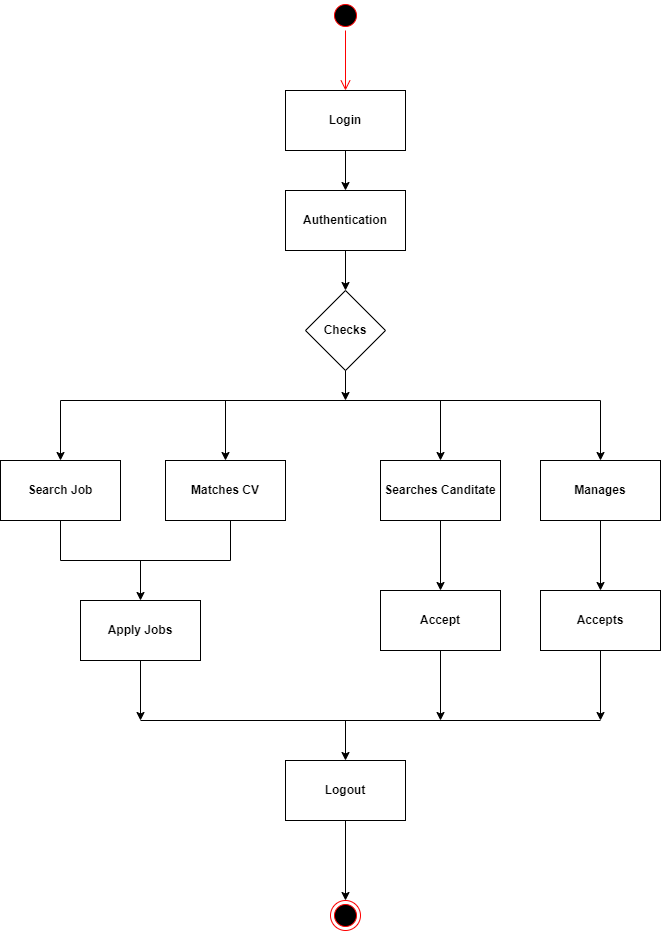
This is java-basics/02-12-2021/UML diagrams/Activity Diagram.drawio.png from MuniswamiKokila/UST-prograd-training, a draw.io export, as it was before one commit. Source tidied: cells renumbered, new cells last; positions are measured from the earlier drawing's top-left corner, leaving out a move shared by most shapes. Its diagram source:
```xml
<mxGraphModel>
  <root>
    <mxCell id="0" />
    <mxCell id="1" parent="0" />
    <mxCell id="2" style="ellipse;html=1;shape=startState;fillColor=#000000;strokeColor=#ff0000;" parent="1" vertex="1">
      <mxGeometry x="330" width="30" height="30" as="geometry" />
    </mxCell>
    <mxCell id="3" style="edgeStyle=orthogonalEdgeStyle;html=1;verticalAlign=bottom;endArrow=open;endSize=8;strokeColor=#ff0000;rounded=0;" parent="1" edge="1" source="2">
      <mxGeometry relative="1" as="geometry">
        <mxPoint x="345" y="90" as="targetPoint" />
      </mxGeometry>
    </mxCell>
    <mxCell id="4" value="&lt;b&gt;Login&lt;/b&gt;" style="rounded=0;whiteSpace=wrap;html=1;" parent="1" vertex="1">
      <mxGeometry x="285" y="90" width="120" height="60" as="geometry" />
    </mxCell>
    <mxCell id="5" value="&lt;b&gt;Authentication&lt;/b&gt;" style="rounded=0;whiteSpace=wrap;html=1;" parent="1" vertex="1">
      <mxGeometry x="285" y="190" width="120" height="60" as="geometry" />
    </mxCell>
    <mxCell id="6" value="&lt;b&gt;Checks&lt;/b&gt;" style="rhombus;whiteSpace=wrap;html=1;" parent="1" vertex="1">
      <mxGeometry x="305" y="290" width="80" height="80" as="geometry" />
    </mxCell>
    <mxCell id="7" value="&lt;b&gt;Search Job&lt;/b&gt;" style="rounded=0;whiteSpace=wrap;html=1;" parent="1" vertex="1">
      <mxGeometry y="460" width="120" height="60" as="geometry" />
    </mxCell>
    <mxCell id="8" value="&lt;b&gt;Matches CV&lt;/b&gt;" style="rounded=0;whiteSpace=wrap;html=1;" parent="1" vertex="1">
      <mxGeometry x="165" y="460" width="120" height="60" as="geometry" />
    </mxCell>
    <mxCell id="9" value="&lt;b&gt;Searches Canditate&lt;/b&gt;" style="rounded=0;whiteSpace=wrap;html=1;" parent="1" vertex="1">
      <mxGeometry x="380" y="460" width="120" height="60" as="geometry" />
    </mxCell>
    <mxCell id="10" value="&lt;b&gt;Manages&lt;/b&gt;" style="rounded=0;whiteSpace=wrap;html=1;" parent="1" vertex="1">
      <mxGeometry x="540" y="460" width="120" height="60" as="geometry" />
    </mxCell>
    <mxCell id="11" style="edgeStyle=orthogonalEdgeStyle;rounded=0;jettySize=auto;html=1;" parent="1" edge="1" source="12">
      <mxGeometry relative="1" as="geometry">
        <mxPoint x="140" y="720" as="targetPoint" />
      </mxGeometry>
    </mxCell>
    <mxCell id="12" value="&lt;b&gt;Apply Jobs&lt;/b&gt;" style="rounded=0;whiteSpace=wrap;html=1;" parent="1" vertex="1">
      <mxGeometry x="80" y="600" width="120" height="60" as="geometry" />
    </mxCell>
    <mxCell id="13" style="edgeStyle=orthogonalEdgeStyle;rounded=0;jettySize=auto;html=1;" parent="1" edge="1" source="14">
      <mxGeometry relative="1" as="geometry">
        <mxPoint x="440" y="720" as="targetPoint" />
      </mxGeometry>
    </mxCell>
    <mxCell id="14" value="&lt;b&gt;Accept&lt;/b&gt;" style="rounded=0;whiteSpace=wrap;html=1;" parent="1" vertex="1">
      <mxGeometry x="380" y="590" width="120" height="60" as="geometry" />
    </mxCell>
    <mxCell id="15" style="edgeStyle=orthogonalEdgeStyle;rounded=0;jettySize=auto;html=1;" parent="1" edge="1" source="16">
      <mxGeometry relative="1" as="geometry">
        <mxPoint x="600" y="720" as="targetPoint" />
      </mxGeometry>
    </mxCell>
    <mxCell id="16" value="&lt;b&gt;Accepts&lt;/b&gt;" style="rounded=0;whiteSpace=wrap;html=1;" parent="1" vertex="1">
      <mxGeometry x="540" y="590" width="120" height="60" as="geometry" />
    </mxCell>
    <mxCell id="17" style="edgeStyle=orthogonalEdgeStyle;rounded=0;jettySize=auto;html=1;" parent="1" edge="1" source="18" target="35">
      <mxGeometry relative="1" as="geometry" />
    </mxCell>
    <mxCell id="18" value="&lt;b&gt;Logout&lt;/b&gt;" style="rounded=0;whiteSpace=wrap;html=1;" parent="1" vertex="1">
      <mxGeometry x="285" y="760" width="120" height="60" as="geometry" />
    </mxCell>
    <mxCell id="19" style="endArrow=classic;html=1;rounded=0;exitX=0.5;exitY=1;exitDx=0;exitDy=0;entryX=0.5;entryY=0;entryDx=0;entryDy=0;" parent="1" edge="1" source="4" target="5">
      <mxGeometry relative="1" as="geometry" />
    </mxCell>
    <mxCell id="20" style="endArrow=classic;html=1;rounded=0;entryX=0.5;entryY=0;entryDx=0;entryDy=0;exitX=0.5;exitY=1;exitDx=0;exitDy=0;" parent="1" edge="1" source="5" target="6">
      <mxGeometry relative="1" as="geometry" />
    </mxCell>
    <mxCell id="21" style="endArrow=classic;html=1;rounded=0;entryX=0.5;entryY=0;entryDx=0;entryDy=0;" parent="1" edge="1" target="7">
      <mxGeometry relative="1" as="geometry">
        <mxPoint x="60" y="400" as="sourcePoint" />
      </mxGeometry>
    </mxCell>
    <mxCell id="22" style="endArrow=classic;html=1;rounded=0;entryX=0.5;entryY=0;entryDx=0;entryDy=0;" parent="1" edge="1" target="8">
      <mxGeometry relative="1" as="geometry">
        <mxPoint x="225" y="400" as="sourcePoint" />
      </mxGeometry>
    </mxCell>
    <mxCell id="23" style="endArrow=classic;html=1;rounded=0;entryX=0.5;entryY=0;entryDx=0;entryDy=0;" parent="1" edge="1" target="9">
      <mxGeometry relative="1" as="geometry">
        <mxPoint x="440" y="400" as="sourcePoint" />
      </mxGeometry>
    </mxCell>
    <mxCell id="24" style="endArrow=classic;html=1;rounded=0;entryX=0.5;entryY=0;entryDx=0;entryDy=0;" parent="1" edge="1" target="10">
      <mxGeometry relative="1" as="geometry">
        <mxPoint x="600" y="400" as="sourcePoint" />
      </mxGeometry>
    </mxCell>
    <mxCell id="25" style="endArrow=none;html=1;rounded=0;" parent="1" edge="1">
      <mxGeometry relative="1" as="geometry">
        <mxPoint x="60" y="400" as="sourcePoint" />
        <mxPoint x="600" y="400" as="targetPoint" />
      </mxGeometry>
    </mxCell>
    <mxCell id="26" style="endArrow=classic;html=1;rounded=0;exitX=0.5;exitY=1;exitDx=0;exitDy=0;" parent="1" edge="1" source="6">
      <mxGeometry relative="1" as="geometry">
        <mxPoint x="345" y="400" as="targetPoint" />
      </mxGeometry>
    </mxCell>
    <mxCell id="27" style="endArrow=none;html=1;rounded=0;" parent="1" edge="1">
      <mxGeometry relative="1" as="geometry">
        <mxPoint x="60" y="560" as="sourcePoint" />
        <mxPoint x="230" y="560" as="targetPoint" />
      </mxGeometry>
    </mxCell>
    <mxCell id="28" style="endArrow=none;html=1;rounded=0;entryX=0.5;entryY=1;entryDx=0;entryDy=0;" parent="1" edge="1" target="7">
      <mxGeometry relative="1" as="geometry">
        <mxPoint x="60" y="560" as="sourcePoint" />
      </mxGeometry>
    </mxCell>
    <mxCell id="29" style="endArrow=none;html=1;rounded=0;" parent="1" edge="1">
      <mxGeometry relative="1" as="geometry">
        <mxPoint x="230" y="560" as="sourcePoint" />
        <mxPoint x="230" y="520" as="targetPoint" />
      </mxGeometry>
    </mxCell>
    <mxCell id="30" style="endArrow=classic;html=1;rounded=0;entryX=0.5;entryY=0;entryDx=0;entryDy=0;" parent="1" edge="1" target="12">
      <mxGeometry relative="1" as="geometry">
        <mxPoint x="140" y="560" as="sourcePoint" />
      </mxGeometry>
    </mxCell>
    <mxCell id="31" style="endArrow=classic;html=1;rounded=0;exitX=0.5;exitY=1;exitDx=0;exitDy=0;entryX=0.5;entryY=0;entryDx=0;entryDy=0;" parent="1" edge="1" source="9" target="14">
      <mxGeometry relative="1" as="geometry" />
    </mxCell>
    <mxCell id="32" style="endArrow=classic;html=1;rounded=0;exitX=0.5;exitY=1;exitDx=0;exitDy=0;" parent="1" edge="1" source="10" target="16">
      <mxGeometry relative="1" as="geometry" />
    </mxCell>
    <mxCell id="33" style="endArrow=none;html=1;rounded=0;" parent="1" edge="1">
      <mxGeometry relative="1" as="geometry">
        <mxPoint x="140" y="720" as="sourcePoint" />
        <mxPoint x="600" y="720" as="targetPoint" />
      </mxGeometry>
    </mxCell>
    <mxCell id="34" style="endArrow=classic;html=1;rounded=0;entryX=0.5;entryY=0;entryDx=0;entryDy=0;" parent="1" edge="1" target="18">
      <mxGeometry relative="1" as="geometry">
        <mxPoint x="345" y="720" as="sourcePoint" />
      </mxGeometry>
    </mxCell>
    <mxCell id="35" style="ellipse;html=1;shape=endState;fillColor=#000000;strokeColor=#ff0000;" parent="1" vertex="1">
      <mxGeometry x="330" y="900" width="30" height="30" as="geometry" />
    </mxCell>
  </root>
</mxGraphModel>
```
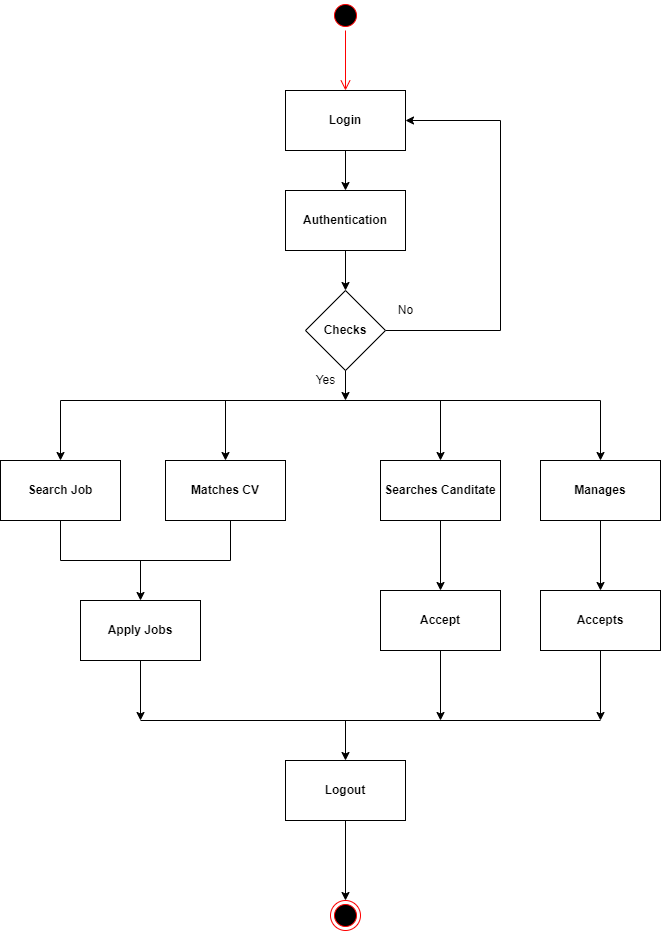
After the commit.

What changed in the source:
```diff
@@ -16,6 +16,14 @@
     <mxCell id="5" value="&lt;b&gt;Authentication&lt;/b&gt;" style="rounded=0;whiteSpace=wrap;html=1;" parent="1" vertex="1">
       <mxGeometry x="285" y="190" width="120" height="60" as="geometry" />
     </mxCell>
+    <mxCell id="36" style="edgeStyle=orthogonalEdgeStyle;rounded=0;jettySize=auto;html=1;entryX=1;entryY=0.5;entryDx=0;entryDy=0;" parent="1" edge="1" source="6" target="4">
+      <mxGeometry relative="1" as="geometry">
+        <Array as="points">
+          <mxPoint x="500" y="330" />
+          <mxPoint x="500" y="120" />
+        </Array>
+      </mxGeometry>
+    </mxCell>
     <mxCell id="6" value="&lt;b&gt;Checks&lt;/b&gt;" style="rhombus;whiteSpace=wrap;html=1;" parent="1" vertex="1">
       <mxGeometry x="305" y="290" width="80" height="80" as="geometry" />
     </mxCell>
@@ -140,5 +148,11 @@
     <mxCell id="35" style="ellipse;html=1;shape=endState;fillColor=#000000;strokeColor=#ff0000;" parent="1" vertex="1">
       <mxGeometry x="330" y="900" width="30" height="30" as="geometry" />
     </mxCell>
+    <mxCell id="37" value="Yes" style="text;html=1;align=center;verticalAlign=middle;fillColor=none;strokeColor=none;rounded=0;" parent="1" vertex="1">
+      <mxGeometry x="305" y="370" width="40" height="20" as="geometry" />
+    </mxCell>
+    <mxCell id="38" value="No" style="text;html=1;align=center;verticalAlign=middle;fillColor=none;strokeColor=none;rounded=0;" parent="1" vertex="1">
+      <mxGeometry x="390" y="300" width="30" height="20" as="geometry" />
+    </mxCell>
   </root>
 </mxGraphModel>
```
